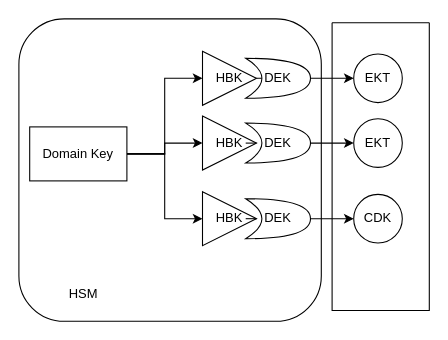
deepakcpakhale06/mindmaps keeps this draw.io diagram as kms-key-hierarchy.drawio. Above is the earlier version. Source tidied: cells renumbered, new cells numbered last; positions are measured from the earlier drawing's top-left corner, leaving out a move shared by most shapes. Both pictures are drawn from the tidied source at 108%, with x=0, y=0 at pixel (18, 18).
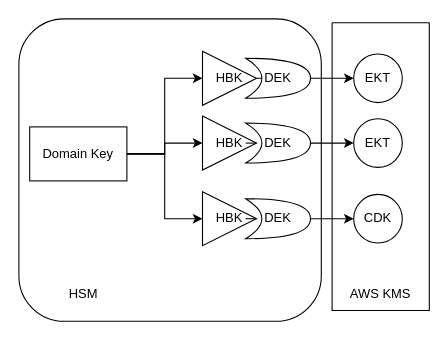
Above is the later version.

Unchanged cells that the change refers to:
```xml
<mxCell id="22" style="swimlane;startSize=0;" parent="1" vertex="1">
  <mxGeometry x="290" y="3.5" width="90" height="266.5" as="geometry" />
</mxCell>
```

Diff of the diagram source:
```diff
@@
+    <mxCell id="23" value="AWS KMS" style="text;html=1;strokeColor=none;fillColor=none;align=center;verticalAlign=middle;whiteSpace=wrap;rounded=0;" parent="22" vertex="1">
+      <mxGeometry x="15" y="236.5" width="60" height="30" as="geometry" />
+    </mxCell>
```
